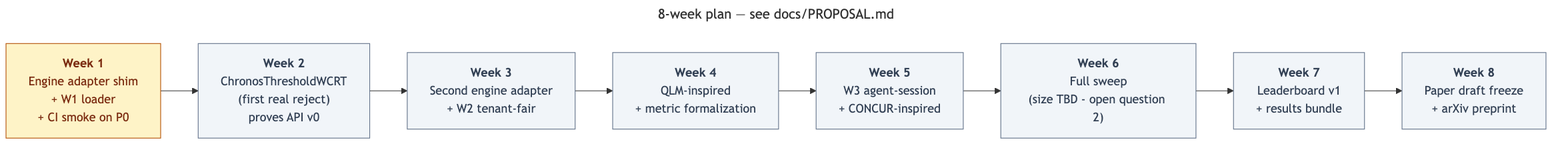
harshuljain13/AdmitPerf keeps this Mermaid diagram as docs/architecture/05-plan.png. Above is the earlier version. Its source is kept beside it as docs/architecture/05-plan.mmd. Source of this version:
```mermaid
---
title: "8-week plan — see docs/PROPOSAL.md"
---
flowchart LR
  W1["<b>Week 1</b><br/>Engine adapter shim<br/>+ W1 loader<br/>+ CI smoke on P0"]
  W2["<b>Week 2</b><br/>ChronosThresholdWCRT<br/>(first real reject)<br/>proves API v0"]
  W3["<b>Week 3</b><br/>Second engine adapter<br/>+ W2 tenant-fair"]
  W4["<b>Week 4</b><br/>QLM-inspired<br/>+ metric formalization"]
  W5["<b>Week 5</b><br/>W3 agent-session<br/>+ CONCUR-inspired"]
  W6["<b>Week 6</b><br/>Full sweep<br/>(size TBD - open question 2)"]
  W7["<b>Week 7</b><br/>Leaderboard v1<br/>+ results bundle"]
  W8["<b>Week 8</b><br/>Paper draft freeze<br/>+ arXiv preprint"]

  W1 --> W2 --> W3 --> W4 --> W5 --> W6 --> W7 --> W8

  classDef next fill:#fef3c7,stroke:#b45309,color:#7c2d12
  classDef future fill:#f1f5f9,stroke:#64748b,color:#334155
  class W1 next
  class W2,W3,W4,W5,W6,W7,W8 future
```
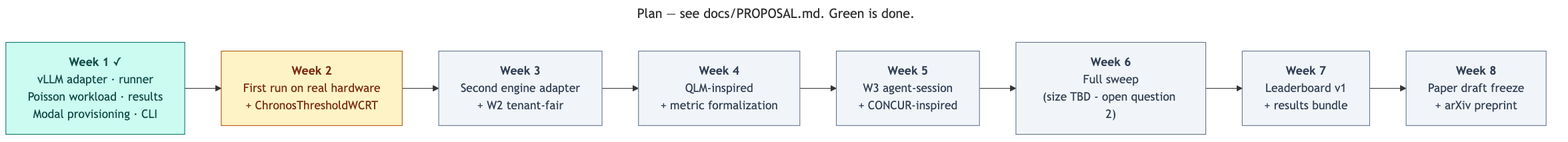
Above is the later version.

Diff of the diagram source:
```diff
@@ -1,9 +1,9 @@
 ---
-title: "8-week plan — see docs/PROPOSAL.md"
+title: "Plan — see docs/PROPOSAL.md. Green is done."
 ---
 flowchart LR
-  W1["<b>Week 1</b><br/>Engine adapter shim<br/>+ W1 loader<br/>+ CI smoke on P0"]
-  W2["<b>Week 2</b><br/>ChronosThresholdWCRT<br/>(first real reject)<br/>proves API v0"]
+  W1["<b>Week 1</b> ✓<br/>vLLM adapter · runner<br/>Poisson workload · results<br/>Modal provisioning · CLI"]
+  W2["<b>Week 2</b><br/>First run on real hardware<br/>+ ChronosThresholdWCRT"]
   W3["<b>Week 3</b><br/>Second engine adapter<br/>+ W2 tenant-fair"]
   W4["<b>Week 4</b><br/>QLM-inspired<br/>+ metric formalization"]
   W5["<b>Week 5</b><br/>W3 agent-session<br/>+ CONCUR-inspired"]
@@ -13,7 +13,9 @@
 
   W1 --> W2 --> W3 --> W4 --> W5 --> W6 --> W7 --> W8
 
+  classDef done fill:#ccfbf1,stroke:#0f766e,color:#134e4a
   classDef next fill:#fef3c7,stroke:#b45309,color:#7c2d12
   classDef future fill:#f1f5f9,stroke:#64748b,color:#334155
-  class W1 next
-  class W2,W3,W4,W5,W6,W7,W8 future
+  class W1 done
+  class W2 next
+  class W3,W4,W5,W6,W7,W8 future
```
